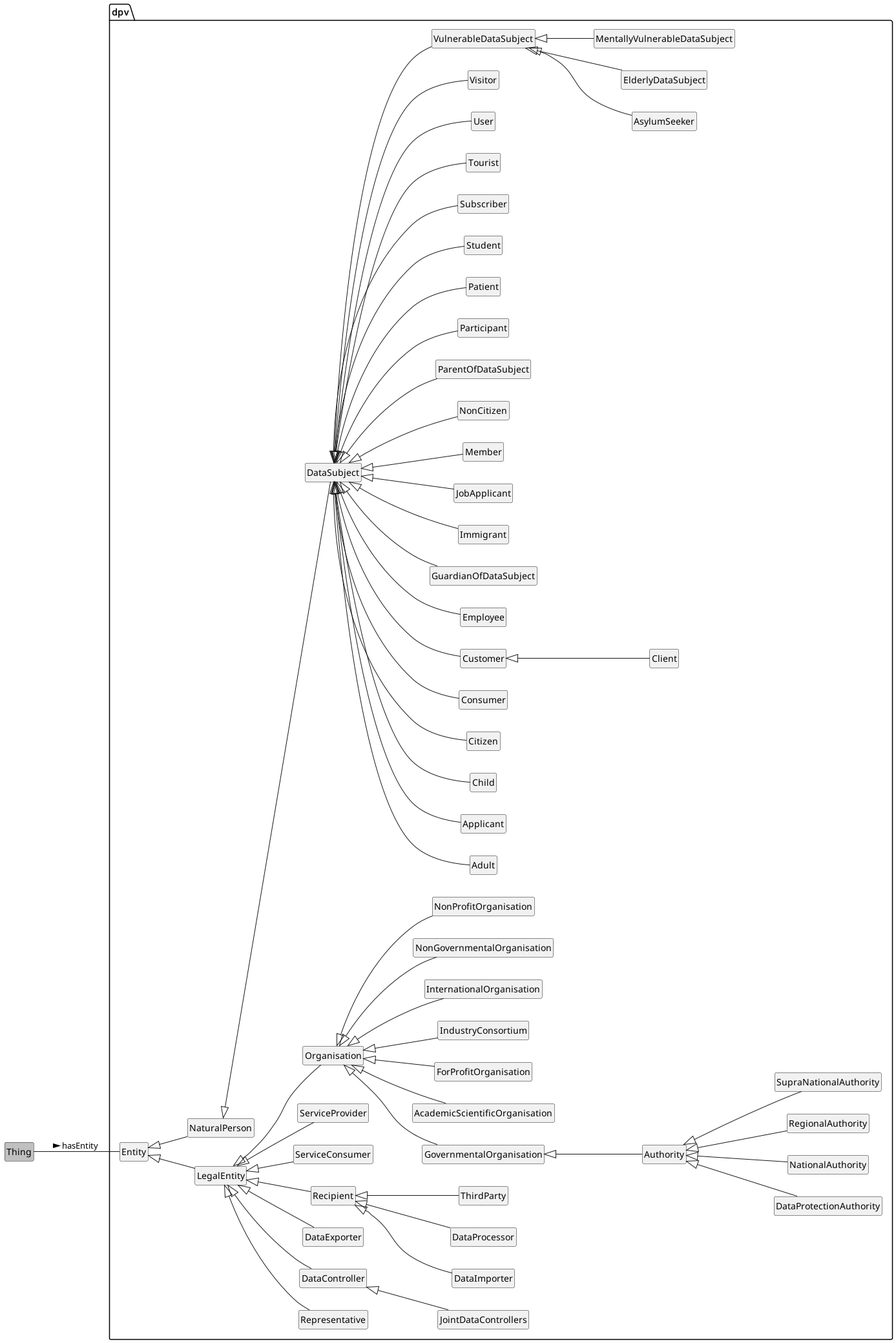
This is media/Entities.png from jeswr/dpv, a PlantUML export, as it was before one commit.
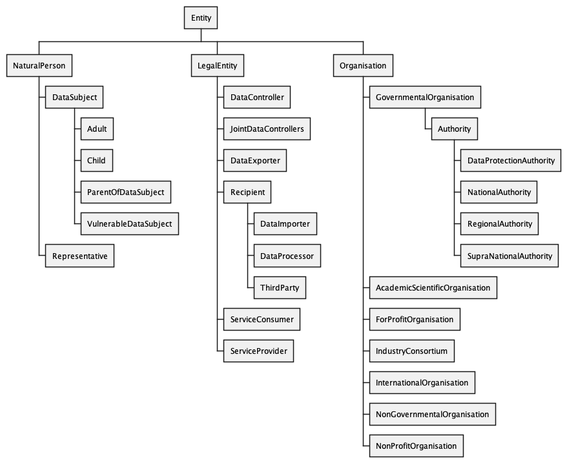
The same file after the commit.

Change to the diagram source:
```diff
@@ -1,125 +1,36 @@
-@startuml
+@startwbs
 !include style.plantuml
-left to right direction
 
-class Thing #silver
-package dpv {
-	class Entity
-	class LegalEntity
-	class Representative
-	class NaturalPerson
+* Entity
+** NaturalPerson
+*** DataSubject
+**** Adult
+**** Child
+**** ParentOfDataSubject
+**** VulnerableDataSubject
+*** Representative
+** LegalEntity
+*** DataController
+*** JointDataControllers
+*** DataExporter
+*** Recipient
+**** DataImporter
+**** DataProcessor
+**** ThirdParty
+*** ServiceConsumer
+*** ServiceProvider
+** Organisation
+*** GovernmentalOrganisation
+**** Authority
+***** DataProtectionAuthority
+***** NationalAuthority
+***** RegionalAuthority
+***** SupraNationalAuthority
+*** AcademicScientificOrganisation
+*** ForProfitOrganisation
+*** IndustryConsortium
+*** InternationalOrganisation
+*** NonGovernmentalOrganisation
+*** NonProfitOrganisation
 
-	class DataController
-	class JointDataControllers
-	class DataExporter
-	class Recipient
-	class DataImporter
-	class DataProcessor
-	class ThirdParty
-	class ServiceConsumer
-	class ServiceProvider
-
-	class Organisation
-	class GovernmentalOrganisation
-	class Authority
-	class DataProtectionAuthority
-	class NationalAuthority
-	class RegionalAuthority
-	class SupraNationalAuthority
-
-	class AcademicScientificOrganisation
-	class ForProfitOrganisation
-	class GovernmentalOrganisation
-	class IndustryConsortium
-	class InternationalOrganisation
-	class NonGovernmentalOrganisation
-	class NonProfitOrganisation
-
-	class DataSubject
-	class Adult
-	class Applicant
-	class Child
-	class Citizen
-	class Consumer
-	class Customer
-	class Client
-	class Employee
-	class GuardianOfDataSubject
-	class Immigrant
-	class JobApplicant
-	class Member
-	class NonCitizen
-	class ParentOfDataSubject
-	class Participant
-	class Patient
-	class Student
-	class Subscriber
-	class Tourist
-	class User
-	class Visitor
-	class VulnerableDataSubject
-	class AsylumSeeker
-	class ElderlyDataSubject
-	class MentallyVulnerableDataSubject
-
-}
-
-Thing -- Entity: hasEntity >
-Entity <|-- LegalEntity
-Entity <|-- NaturalPerson
-LegalEntity <|-- Representative
-
-LegalEntity <|-- DataController
-DataController <|-- JointDataControllers
-LegalEntity <|-- DataExporter
-LegalEntity <|-- Recipient
-Recipient <|-- DataImporter
-Recipient <|-- DataProcessor
-Recipient <|-- ThirdParty
-LegalEntity <|-- ServiceConsumer
-LegalEntity <|-- ServiceProvider
-
-LegalEntity <|-- Organisation
-Organisation <|-- GovernmentalOrganisation
-GovernmentalOrganisation <|-- Authority
-Authority <|-- DataProtectionAuthority
-Authority <|-- NationalAuthority
-Authority <|-- RegionalAuthority
-Authority <|-- SupraNationalAuthority
-
-Organisation <|-- AcademicScientificOrganisation
-Organisation <|-- ForProfitOrganisation
-Organisation <|-- IndustryConsortium
-Organisation <|-- InternationalOrganisation
-Organisation <|-- NonGovernmentalOrganisation
-Organisation <|-- NonProfitOrganisation
-
-NaturalPerson <|-- DataSubject
-DataSubject <|-- Adult
-DataSubject <|-- Applicant
-DataSubject <|-- Child
-DataSubject <|-- Citizen
-DataSubject <|-- Consumer
-DataSubject <|-- Customer
-Customer <|-- Client
-DataSubject <|-- Employee
-DataSubject <|-- GuardianOfDataSubject
-DataSubject <|-- Immigrant
-DataSubject <|-- JobApplicant
-DataSubject <|-- Member
-DataSubject <|-- NonCitizen
-DataSubject <|-- ParentOfDataSubject
-DataSubject <|-- Participant
-DataSubject <|-- Patient
-DataSubject <|-- Student
-DataSubject <|-- Subscriber
-DataSubject <|-- Tourist
-DataSubject <|-- User
-DataSubject <|-- Visitor
-DataSubject <|-- VulnerableDataSubject
-VulnerableDataSubject <|-- AsylumSeeker
-VulnerableDataSubject <|-- ElderlyDataSubject
-VulnerableDataSubject <|-- MentallyVulnerableDataSubject
-
-
-@enduml
+@endwbs
```
